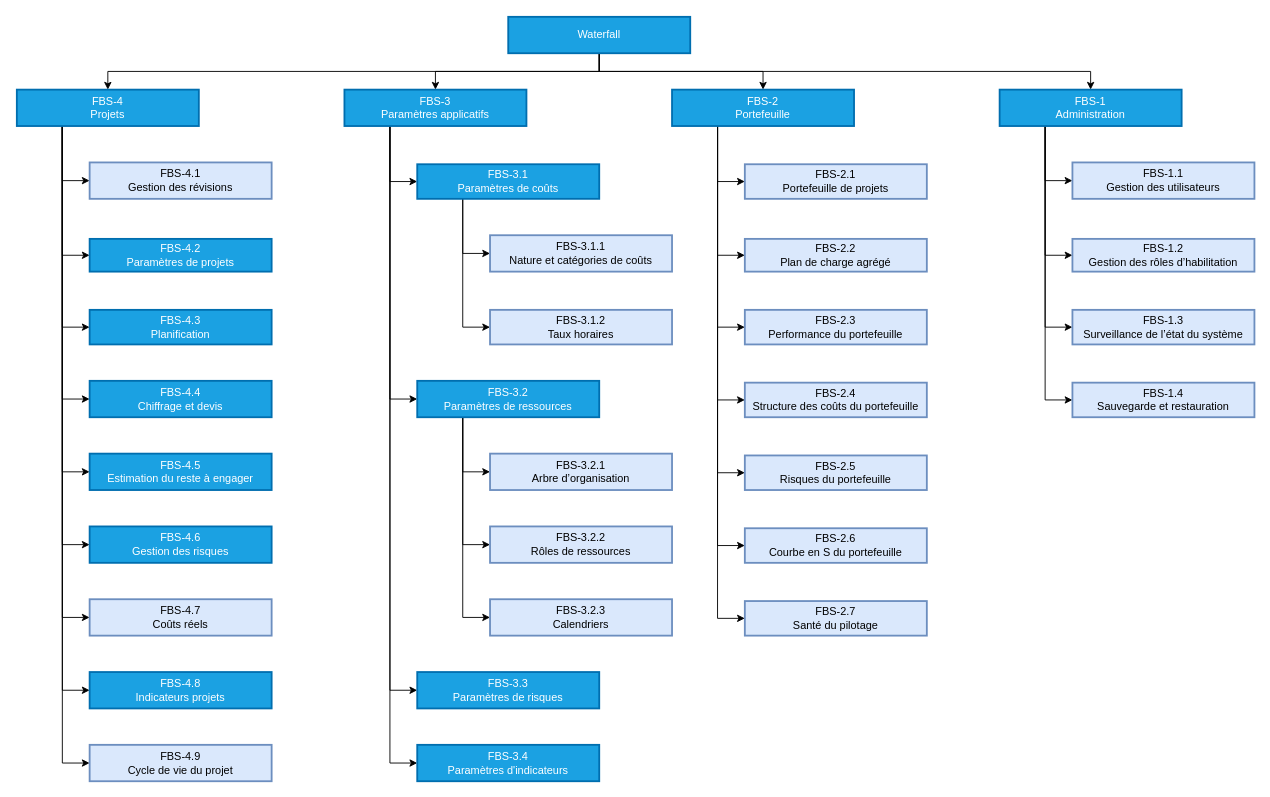
Before: page "FBS" (2 of 11) of docs/spec/waterfall.visuels.drawio in waterfall-project/wf-project, a draw.io diagram. Source tidied: cells renumbered, new cells numbered last; positions are measured from the earlier drawing's top-left corner, leaving out a move shared by most shapes. Both pictures are drawn from the tidied source at 91%, with x=0, y=0 at pixel (16, 16).
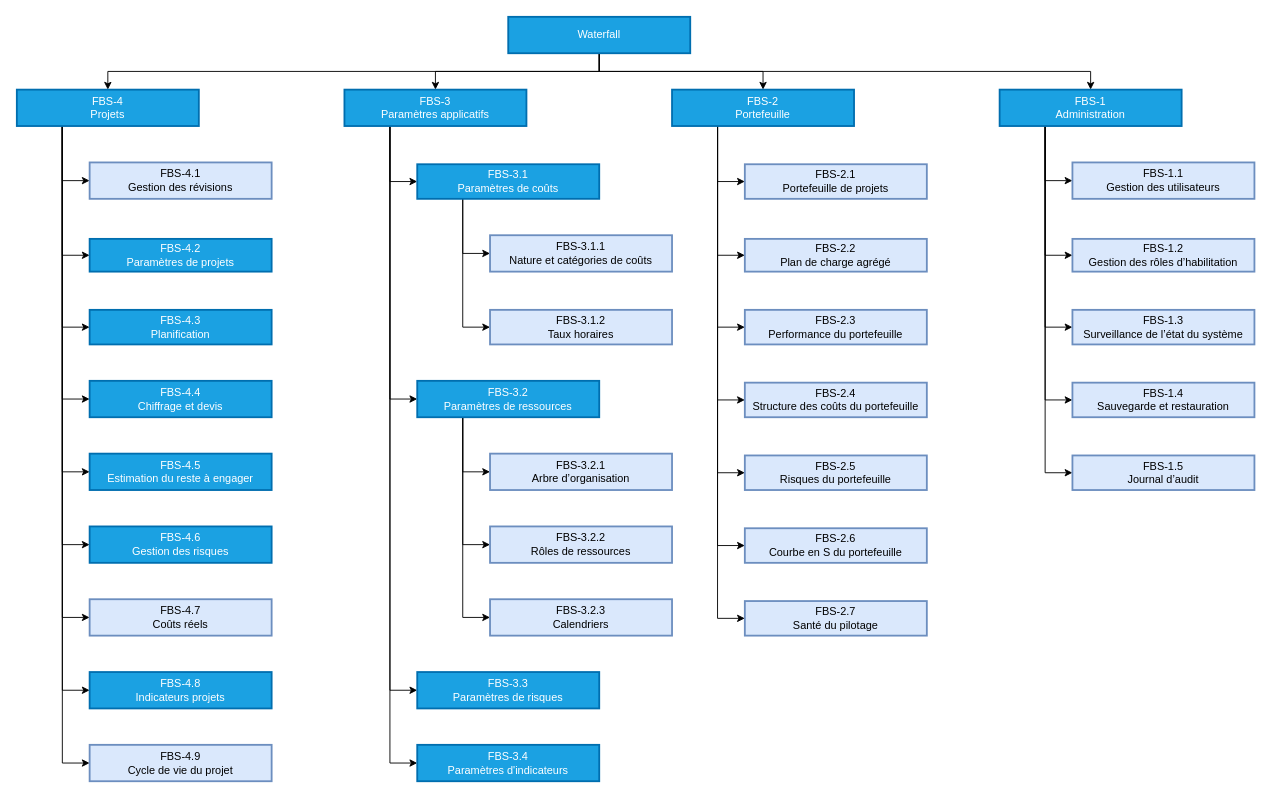
After the change.

Commit message (it also covers changes not shown here):
Spécification : la FBS gagne la feuille FBS-1.5 Journal d'audit (#518)

Unchanged cells that the change refers to:
```xml
<mxCell id="11" value="FBS-1&#10;Administration" style="whiteSpace=wrap;strokeWidth=2;fillColor=#1ba1e2;fontColor=#ffffff;strokeColor=#006EAF;" parent="1" vertex="1">
  <mxGeometry x="1080" y="80" width="200" height="40" as="geometry" />
</mxCell>
```

The edit, as a diff of the source:
```diff
@@
+    <mxCell id="69" style="edgeStyle=orthogonalEdgeStyle;rounded=0;jettySize=auto;html=1;exitX=0.25;exitY=1;exitDx=0;exitDy=0;entryX=0;entryY=0.5;entryDx=0;entryDy=0;" parent="1" edge="1" source="11" target="70">
+      <mxGeometry relative="1" as="geometry" />
+    </mxCell>
@@
+    <mxCell id="70" value="FBS-1.5&#10;Journal d’audit" style="whiteSpace=wrap;strokeWidth=2;fillColor=#dae8fc;strokeColor=#6c8ebf;" parent="1" vertex="1">
+      <mxGeometry x="1160" y="482" width="200" height="38" as="geometry" />
+    </mxCell>
```
